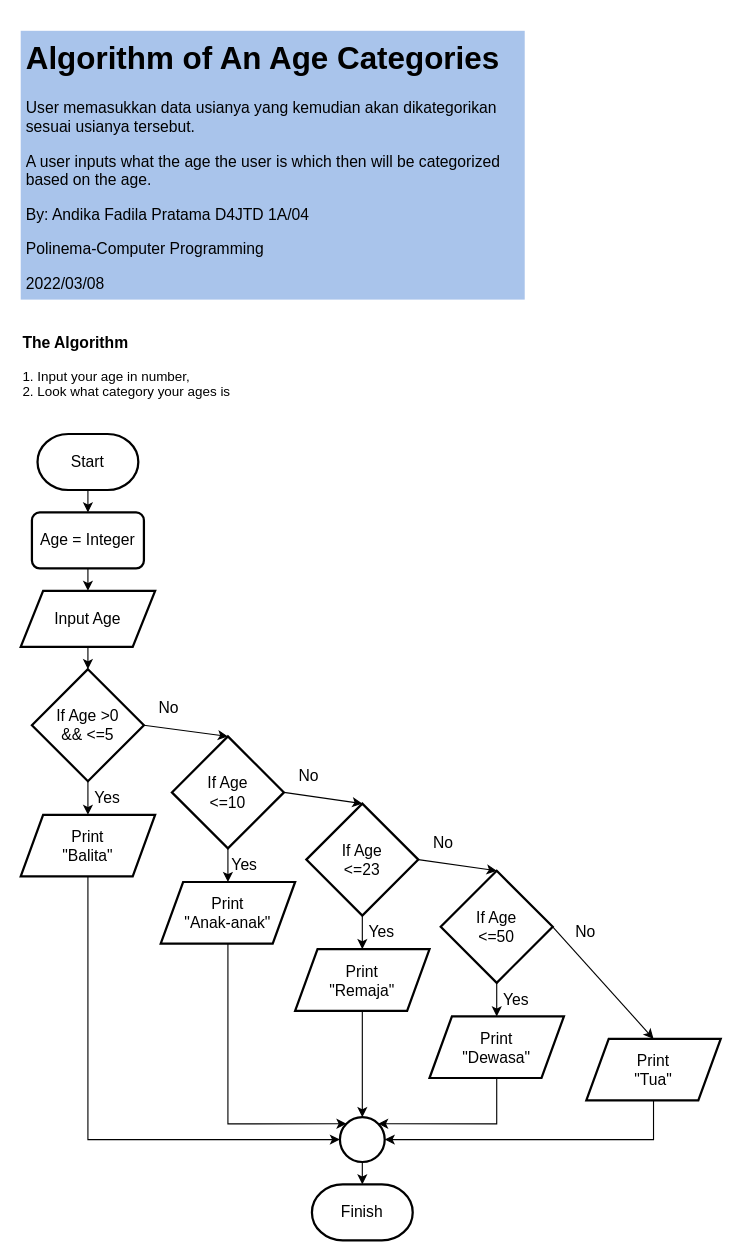
troders34/troders34 keeps this draw.io diagram as Algorithm of An Age Categories.drawio. Above is the earlier version. Source tidied: cells renumbered, new cells numbered last; positions are measured from the earlier drawing's top-left corner, leaving out a move shared by most shapes. Both pictures are drawn from the tidied source at 112%, with x=0, y=0 at pixel (20, 30).
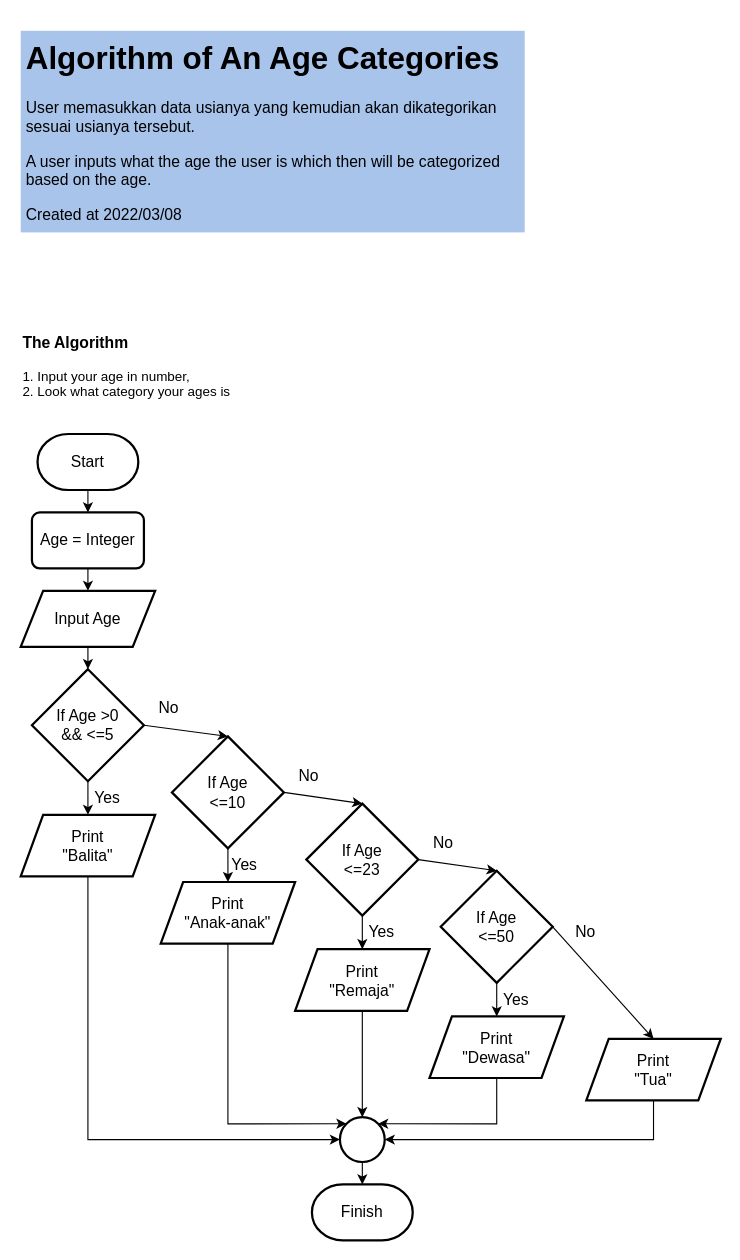
The same page after the edit.

The edit, as a diff of the source:
```diff
@@
-    <mxCell id="2" value="&lt;h1&gt;Algorithm of An Age Categories&lt;br&gt;&lt;/h1&gt;&lt;p&gt;User memasukkan data usianya yang kemudian akan dikategorikan sesuai usianya tersebut. &lt;br&gt;&lt;/p&gt;&lt;p&gt;A user inputs what the age the user is which then will be categorized based on the age.&lt;/p&gt;&lt;p&gt;By: Andika Fadila Pratama D4JTD 1A/04&lt;/p&gt;&lt;p&gt;Polinema-Computer Programming&lt;/p&gt;&lt;p&gt;2022/03/08&lt;br&gt;&lt;/p&gt;" style="text;html=1;strokeColor=none;fillColor=#A9C4EB;spacing=5;spacingTop=-20;whiteSpace=wrap;overflow=hidden;rounded=0;fontSize=14;" parent="1" vertex="1">
-      <mxGeometry width="450" height="240" as="geometry" />
+    <mxCell id="2" value="&lt;h1&gt;Algorithm of An Age Categories&lt;br&gt;&lt;/h1&gt;&lt;p&gt;User memasukkan data usianya yang kemudian akan dikategorikan sesuai usianya tersebut. &lt;br&gt;&lt;/p&gt;&lt;p&gt;A user inputs what the age the user is which then will be categorized based on the age.&lt;/p&gt;&lt;p&gt;Created at 2022/03/08&lt;br&gt;&lt;/p&gt;" style="text;html=1;strokeColor=none;fillColor=#A9C4EB;spacing=5;spacingTop=-20;whiteSpace=wrap;overflow=hidden;rounded=0;fontSize=14;" parent="1" vertex="1">
+      <mxGeometry width="450" height="180" as="geometry" />
     </mxCell>
```
